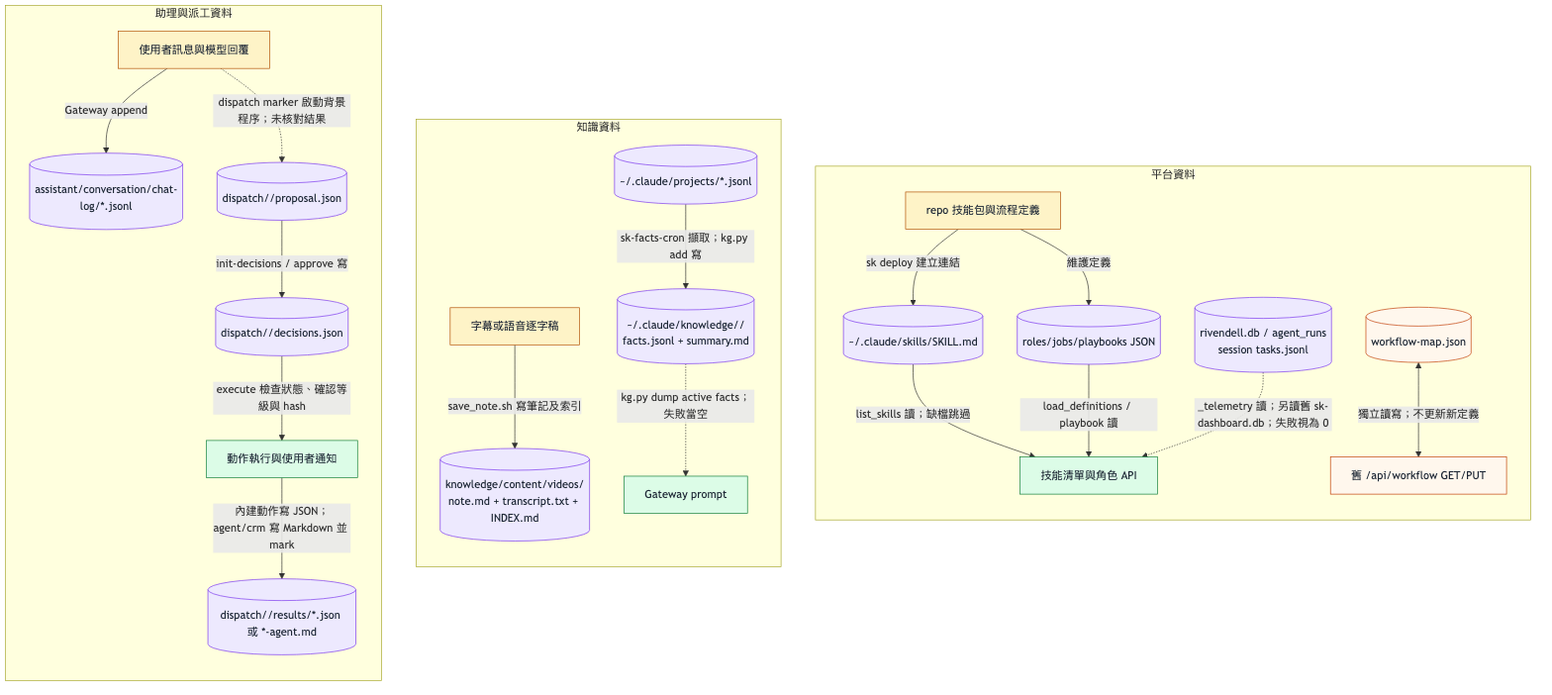
The Mermaid diagram docs/verification/dataflow-stores-actual-2026-09.png in manibari/rivendell, before a commit. Its source is kept beside it as docs/verification/dataflow-stores-actual-2026-09.mmd. Source of this version:
```mermaid
flowchart TB
  classDef source fill:#fef3c7,stroke:#b45309,color:#1f2937
  classDef store fill:#ede9fe,stroke:#7c3aed,color:#1f2937
  classDef reader fill:#dcfce7,stroke:#15803d,color:#1f2937
  classDef warn fill:#fff7ed,stroke:#c2410c,color:#1f2937

  subgraph P["平台資料"]
    direction TB
    PSource["repo 技能包與流程定義"]:::source
    PDeploy[("~/.claude/skills/SKILL.md")]:::store
    PWorkflow[("roles/jobs/playbooks JSON")]:::store
    PEvidence[("rivendell.db / agent_runs<br/>session tasks.jsonl")]:::store
    PReader["技能清單與角色 API"]:::reader
    PLegacy[("workflow-map.json")]:::warn
    PLegacyAPI["舊 /api/workflow GET/PUT"]:::warn
    PSource -->|"sk deploy 建立連結"| PDeploy
    PSource -->|"維護定義"| PWorkflow
    PDeploy -->|"list_skills 讀；缺檔跳過"| PReader
    PWorkflow -->|"load_definitions / playbook 讀"| PReader
    PEvidence -.->|"_telemetry 讀；另讀舊 sk-dashboard.db；失敗視為 0"| PReader
    PLegacy <-->|"獨立讀寫；不更新新定義"| PLegacyAPI
  end

  subgraph K["知識資料"]
    direction TB
    KMedia["字幕或語音逐字稿"]:::source
    KNotes[("knowledge/content/videos/<id><br/>note.md + transcript.txt + INDEX.md")]:::store
    KSessions[("~/.claude/projects/*.jsonl")]:::store
    KFacts[("~/.claude/knowledge/<type>/<slug><br/>facts.jsonl + summary.md")]:::store
    KGateway["Gateway prompt"]:::reader
    KMedia -->|"save_note.sh 寫筆記及索引"| KNotes
    KSessions -->|"sk-facts-cron 擷取；kg.py add 寫"| KFacts
    KFacts -.->|"kg.py dump active facts；失敗當空"| KGateway
  end

  subgraph A["助理與派工資料"]
    direction TB
    AChat["使用者訊息與模型回覆"]:::source
    ALog[("assistant/conversation/chat-log/*.jsonl")]:::store
    AProposal[("dispatch/<id>/proposal.json")]:::store
    ADecision[("dispatch/<id>/decisions.json")]:::store
    AResult[("dispatch/<id>/results/*.json 或 *-agent.md")]:::store
    AAction["動作執行與使用者通知"]:::reader
    AChat -->|"Gateway append"| ALog
    AChat -.->|"dispatch marker 啟動背景程序；未核對結果"| AProposal
    AProposal -->|"init-decisions / approve 寫"| ADecision
    ADecision -->|"execute 檢查狀態、確認等級與 hash"| AAction
    AAction -->|"內建動作寫 JSON；agent/crm 寫 Markdown 並 mark"| AResult
  end
```
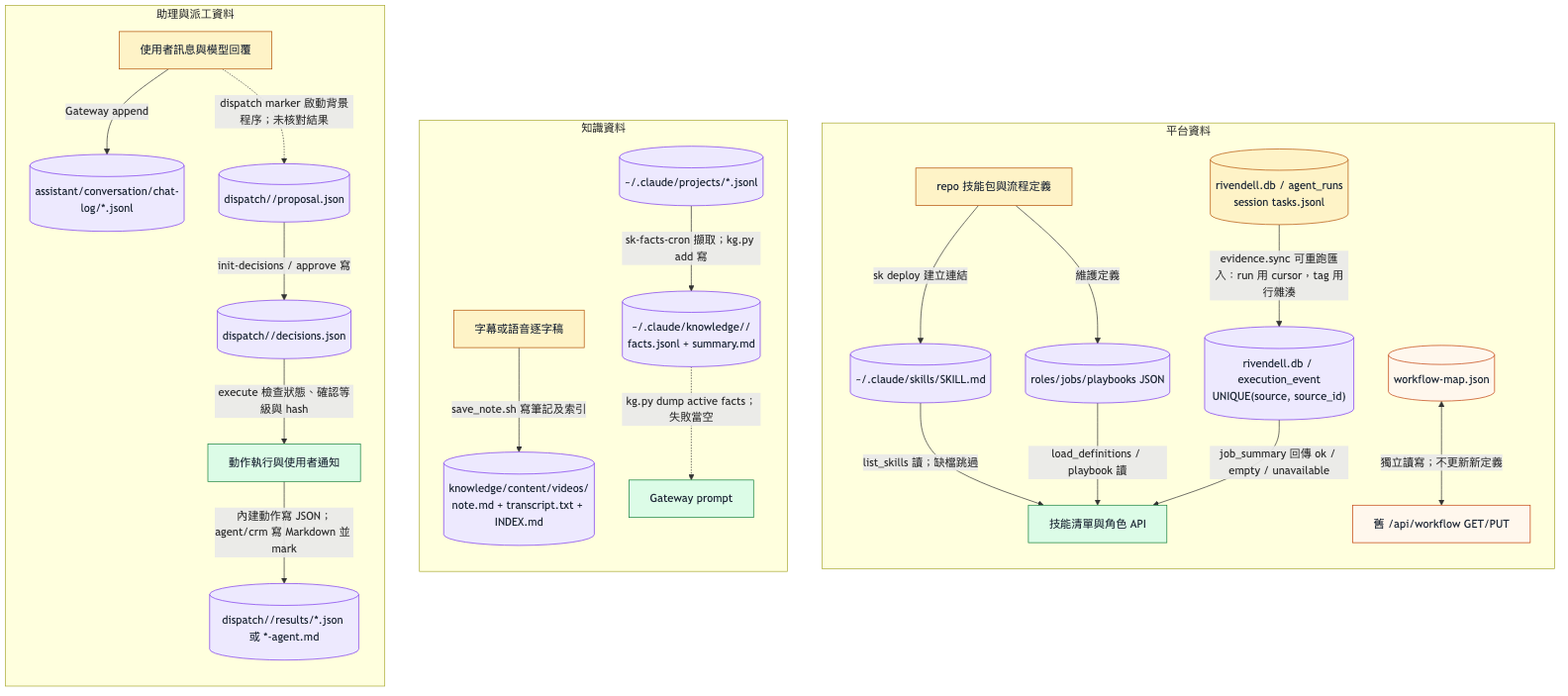
Above is the later version.

Commit message:
feat(monitoring): unify execution evidence with ok/empty/unavailable status

Change to the diagram source:
```diff
@@ -9,7 +9,8 @@
     PSource["repo 技能包與流程定義"]:::source
     PDeploy[("~/.claude/skills/SKILL.md")]:::store
     PWorkflow[("roles/jobs/playbooks JSON")]:::store
-    PEvidence[("rivendell.db / agent_runs<br/>session tasks.jsonl")]:::store
+    PRuns[("rivendell.db / agent_runs<br/>session tasks.jsonl")]:::source
+    PEvidence[("rivendell.db / execution_event<br/>UNIQUE(source, source_id)")]:::store
     PReader["技能清單與角色 API"]:::reader
     PLegacy[("workflow-map.json")]:::warn
     PLegacyAPI["舊 /api/workflow GET/PUT"]:::warn
@@ -17,7 +18,8 @@
     PSource -->|"維護定義"| PWorkflow
     PDeploy -->|"list_skills 讀；缺檔跳過"| PReader
     PWorkflow -->|"load_definitions / playbook 讀"| PReader
-    PEvidence -.->|"_telemetry 讀；另讀舊 sk-dashboard.db；失敗視為 0"| PReader
+    PRuns -->|"evidence.sync 可重跑匯入：run 用 cursor，tag 用行雜湊"| PEvidence
+    PEvidence -->|"job_summary 回傳 ok / empty / unavailable"| PReader
     PLegacy <-->|"獨立讀寫；不更新新定義"| PLegacyAPI
   end
 
```
